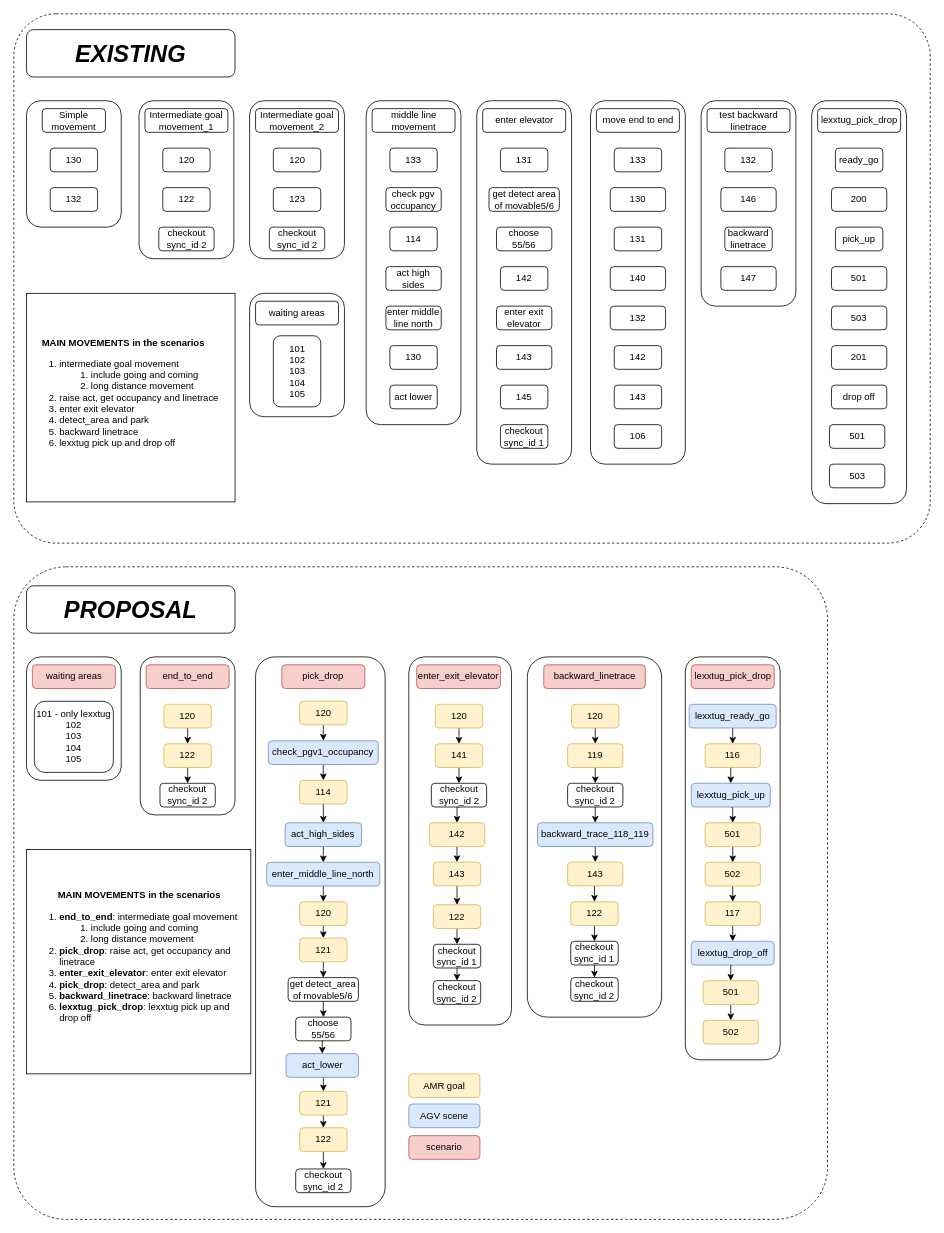
Above: 24hrtest.drawio in sdswoops824/myrepo (draw.io), before the change. Source tidied: cells renumbered, new cells numbered last; positions are measured from the earlier drawing's top-left corner, leaving out a move shared by most shapes. Both pictures are drawn from the tidied source at 79%, with x=0, y=0 at pixel (13, 13).
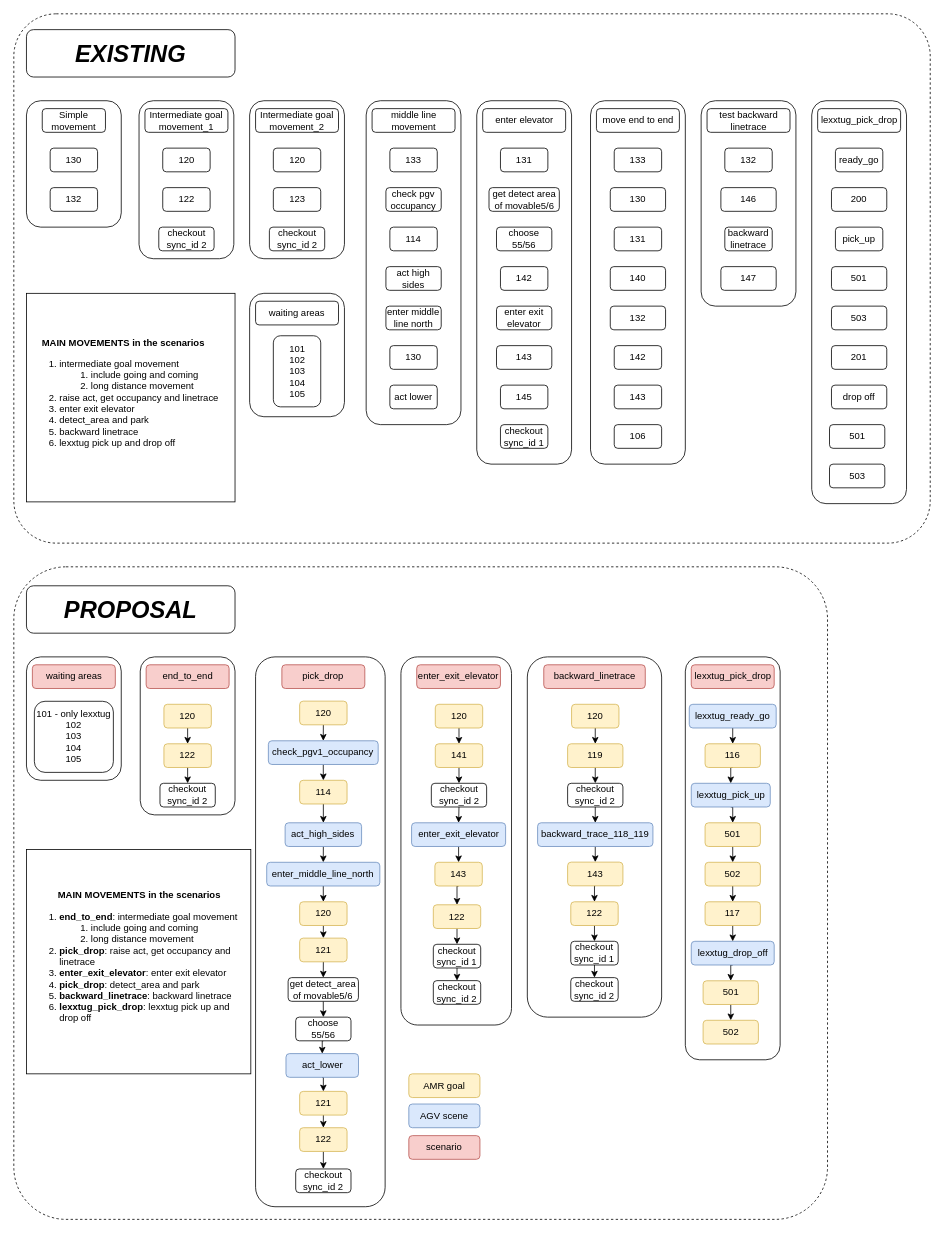
The same page after the edit.

Unchanged cells that the change refers to:
```xml
<mxCell id="153" value="checkout sync_id 2" style="rounded=1;whiteSpace=wrap;html=1;" parent="1" vertex="1">
  <mxGeometry x="528.5" y="974" width="70" height="30" as="geometry" />
</mxCell>
```

The edit, as a diff of the source:
```diff
@@
     <mxCell id="86" style="rounded=1;whiteSpace=wrap;html=1;" parent="1" vertex="1">
-      <mxGeometry x="500" y="814" width="130" height="466" as="geometry" />
+      <mxGeometry x="490" y="814" width="140" height="466" as="geometry" />
     </mxCell>
@@
-    <mxCell id="92" style="edgeStyle=orthogonalEdgeStyle;rounded=0;jettySize=auto;html=1;exitX=0.5;exitY=1;exitDx=0;exitDy=0;entryX=0.5;entryY=0;entryDx=0;entryDy=0;" parent="1" edge="1" source="93" target="95">
+    <mxCell id="92" style="edgeStyle=orthogonalEdgeStyle;rounded=0;jettySize=auto;html=1;exitX=0.5;exitY=1;exitDx=0;exitDy=0;entryX=0.5;entryY=0;entryDx=0;entryDy=0;" parent="1" edge="1" source="164" target="95">
       <mxGeometry relative="1" as="geometry" />
     </mxCell>
-    <mxCell id="93" value="142" style="rounded=1;whiteSpace=wrap;html=1;fillColor=#fff2cc;strokeColor=#d6b656;" parent="1" vertex="1">
-      <mxGeometry x="526" y="1024" width="70" height="30" as="geometry" />
-    </mxCell>
@@
     <mxCell id="95" value="143" style="rounded=1;whiteSpace=wrap;html=1;fillColor=#fff2cc;strokeColor=#d6b656;" parent="1" vertex="1">
-      <mxGeometry x="531" y="1073.8" width="60" height="30" as="geometry" />
+      <mxGeometry x="533" y="1074" width="60" height="30" as="geometry" />
     </mxCell>
@@
-    <mxCell id="152" style="edgeStyle=orthogonalEdgeStyle;rounded=0;jettySize=auto;html=1;exitX=0.5;exitY=1;exitDx=0;exitDy=0;entryX=0.5;entryY=0;entryDx=0;entryDy=0;" parent="1" edge="1" source="153" target="93">
+    <mxCell id="152" style="edgeStyle=orthogonalEdgeStyle;rounded=0;jettySize=auto;html=1;exitX=0.5;exitY=1;exitDx=0;exitDy=0;entryX=0.5;entryY=0;entryDx=0;entryDy=0;" parent="1" edge="1" source="153" target="164">
       <mxGeometry relative="1" as="geometry" />
     </mxCell>
@@
+    <mxCell id="164" value="enter_exit_elevator" style="rounded=1;whiteSpace=wrap;html=1;fillColor=#dae8fc;strokeColor=#6c8ebf;" parent="1" vertex="1">
+      <mxGeometry x="503.5" y="1024" width="119" height="30" as="geometry" />
+    </mxCell>
```
